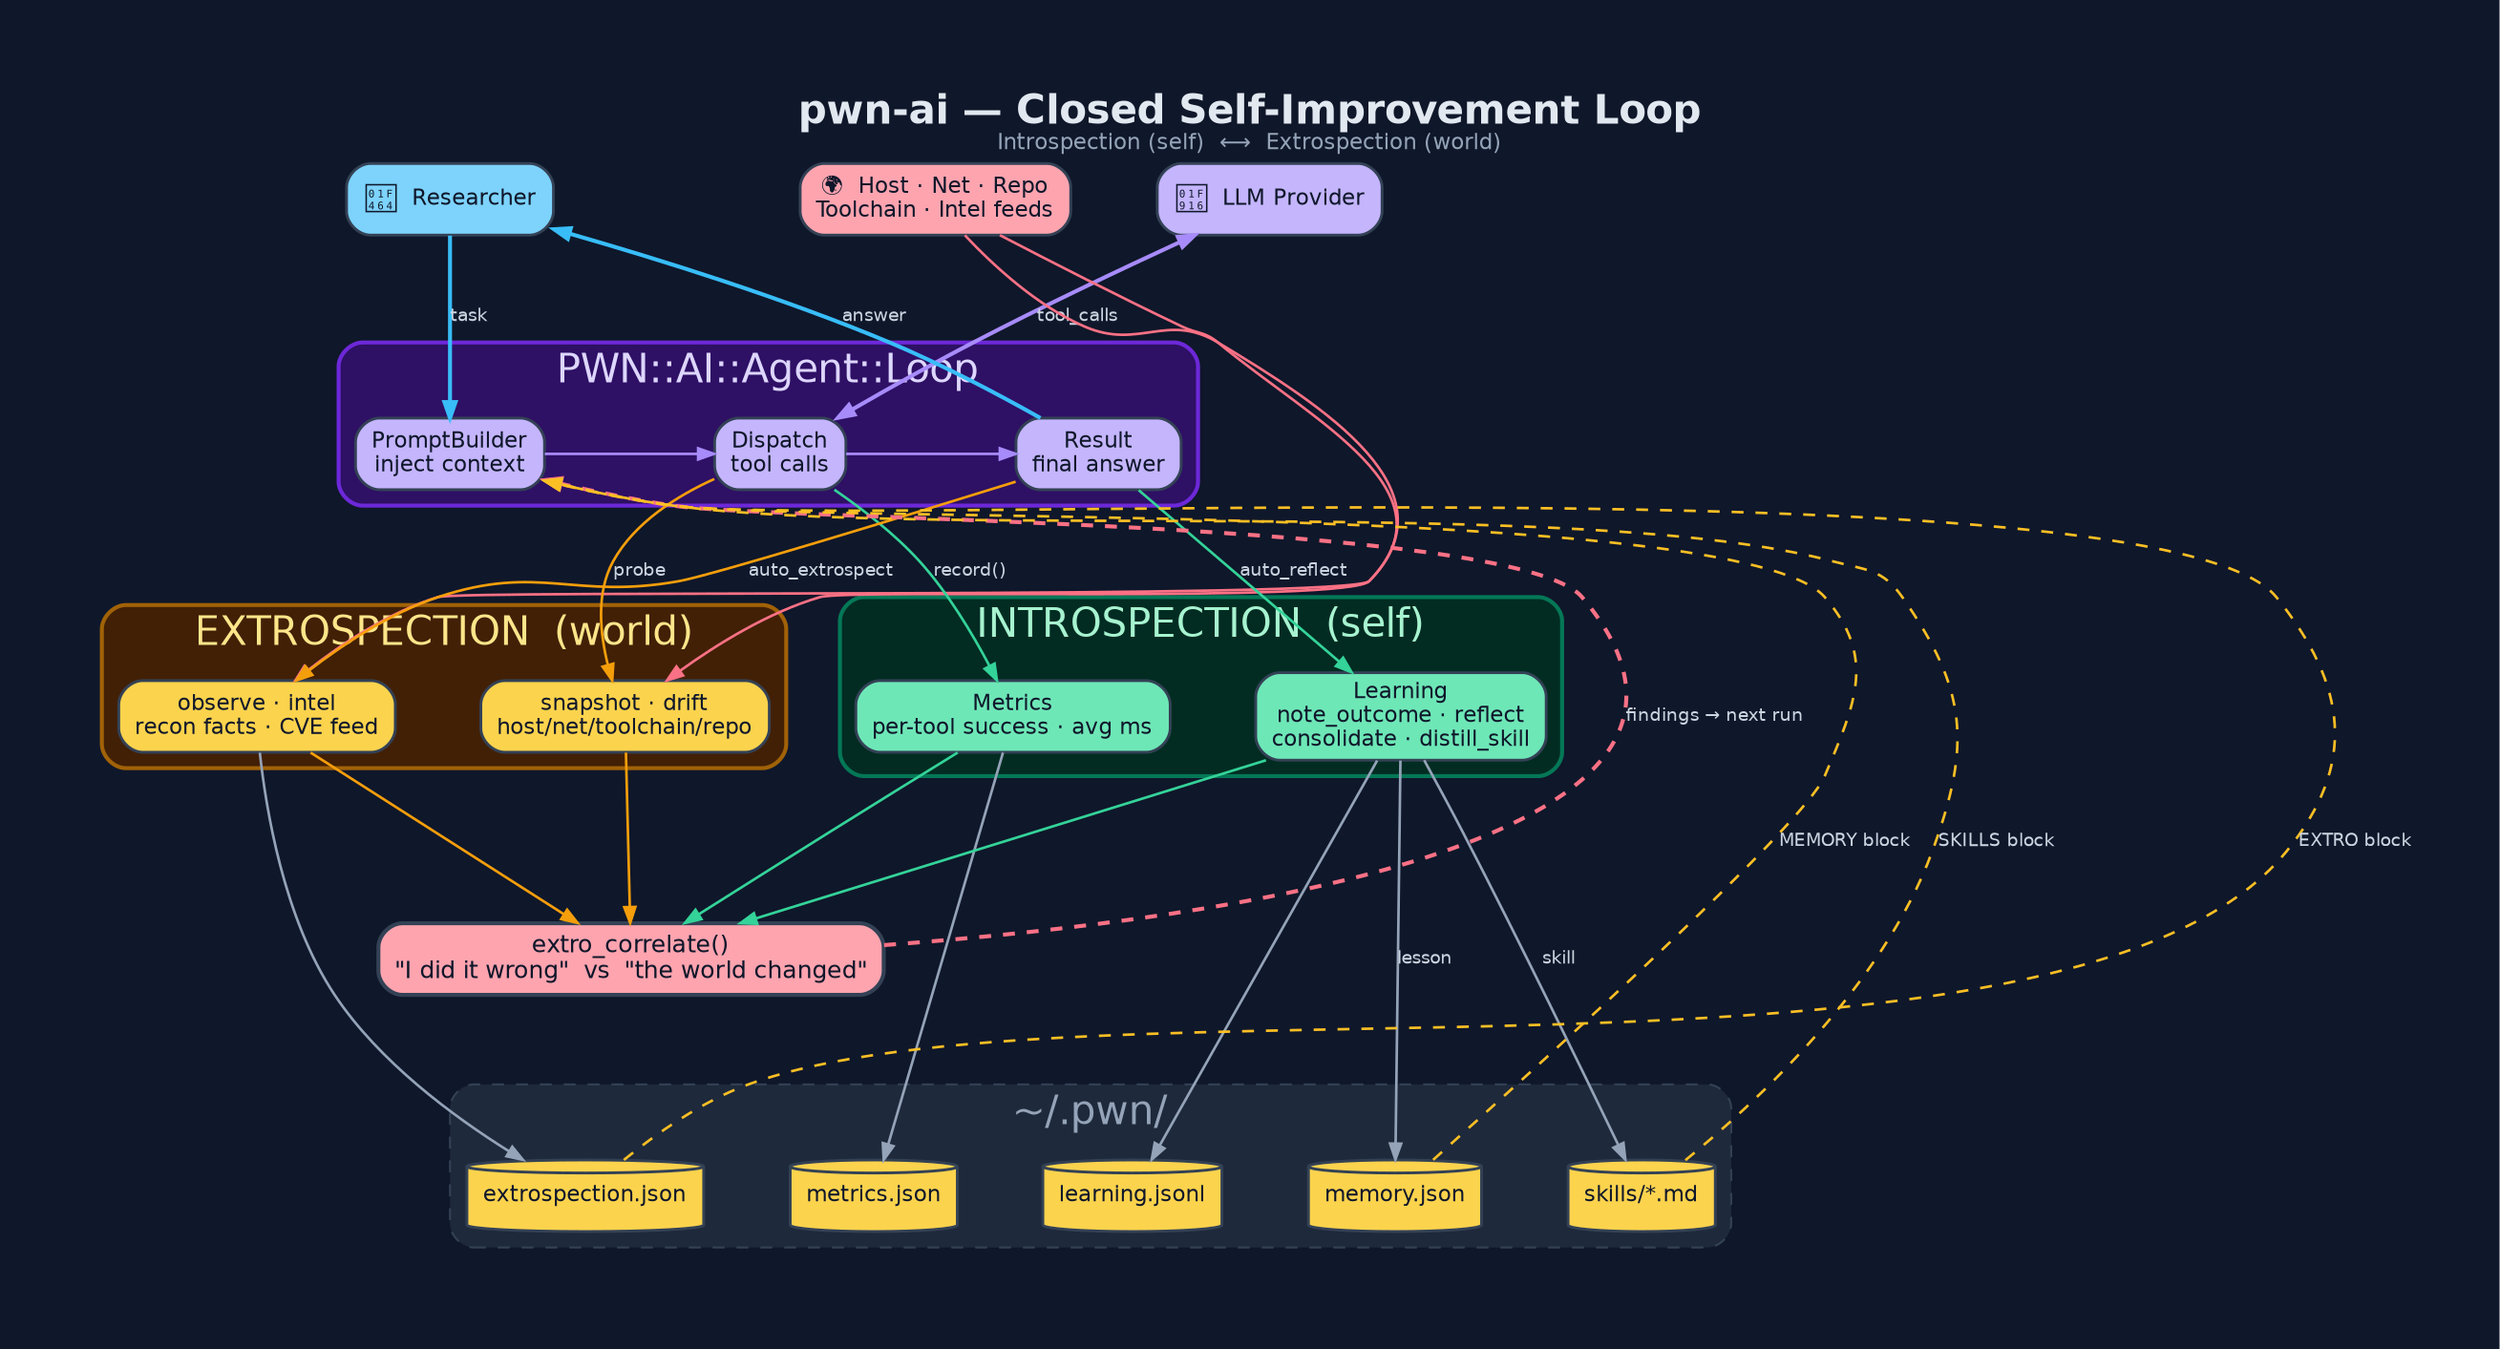
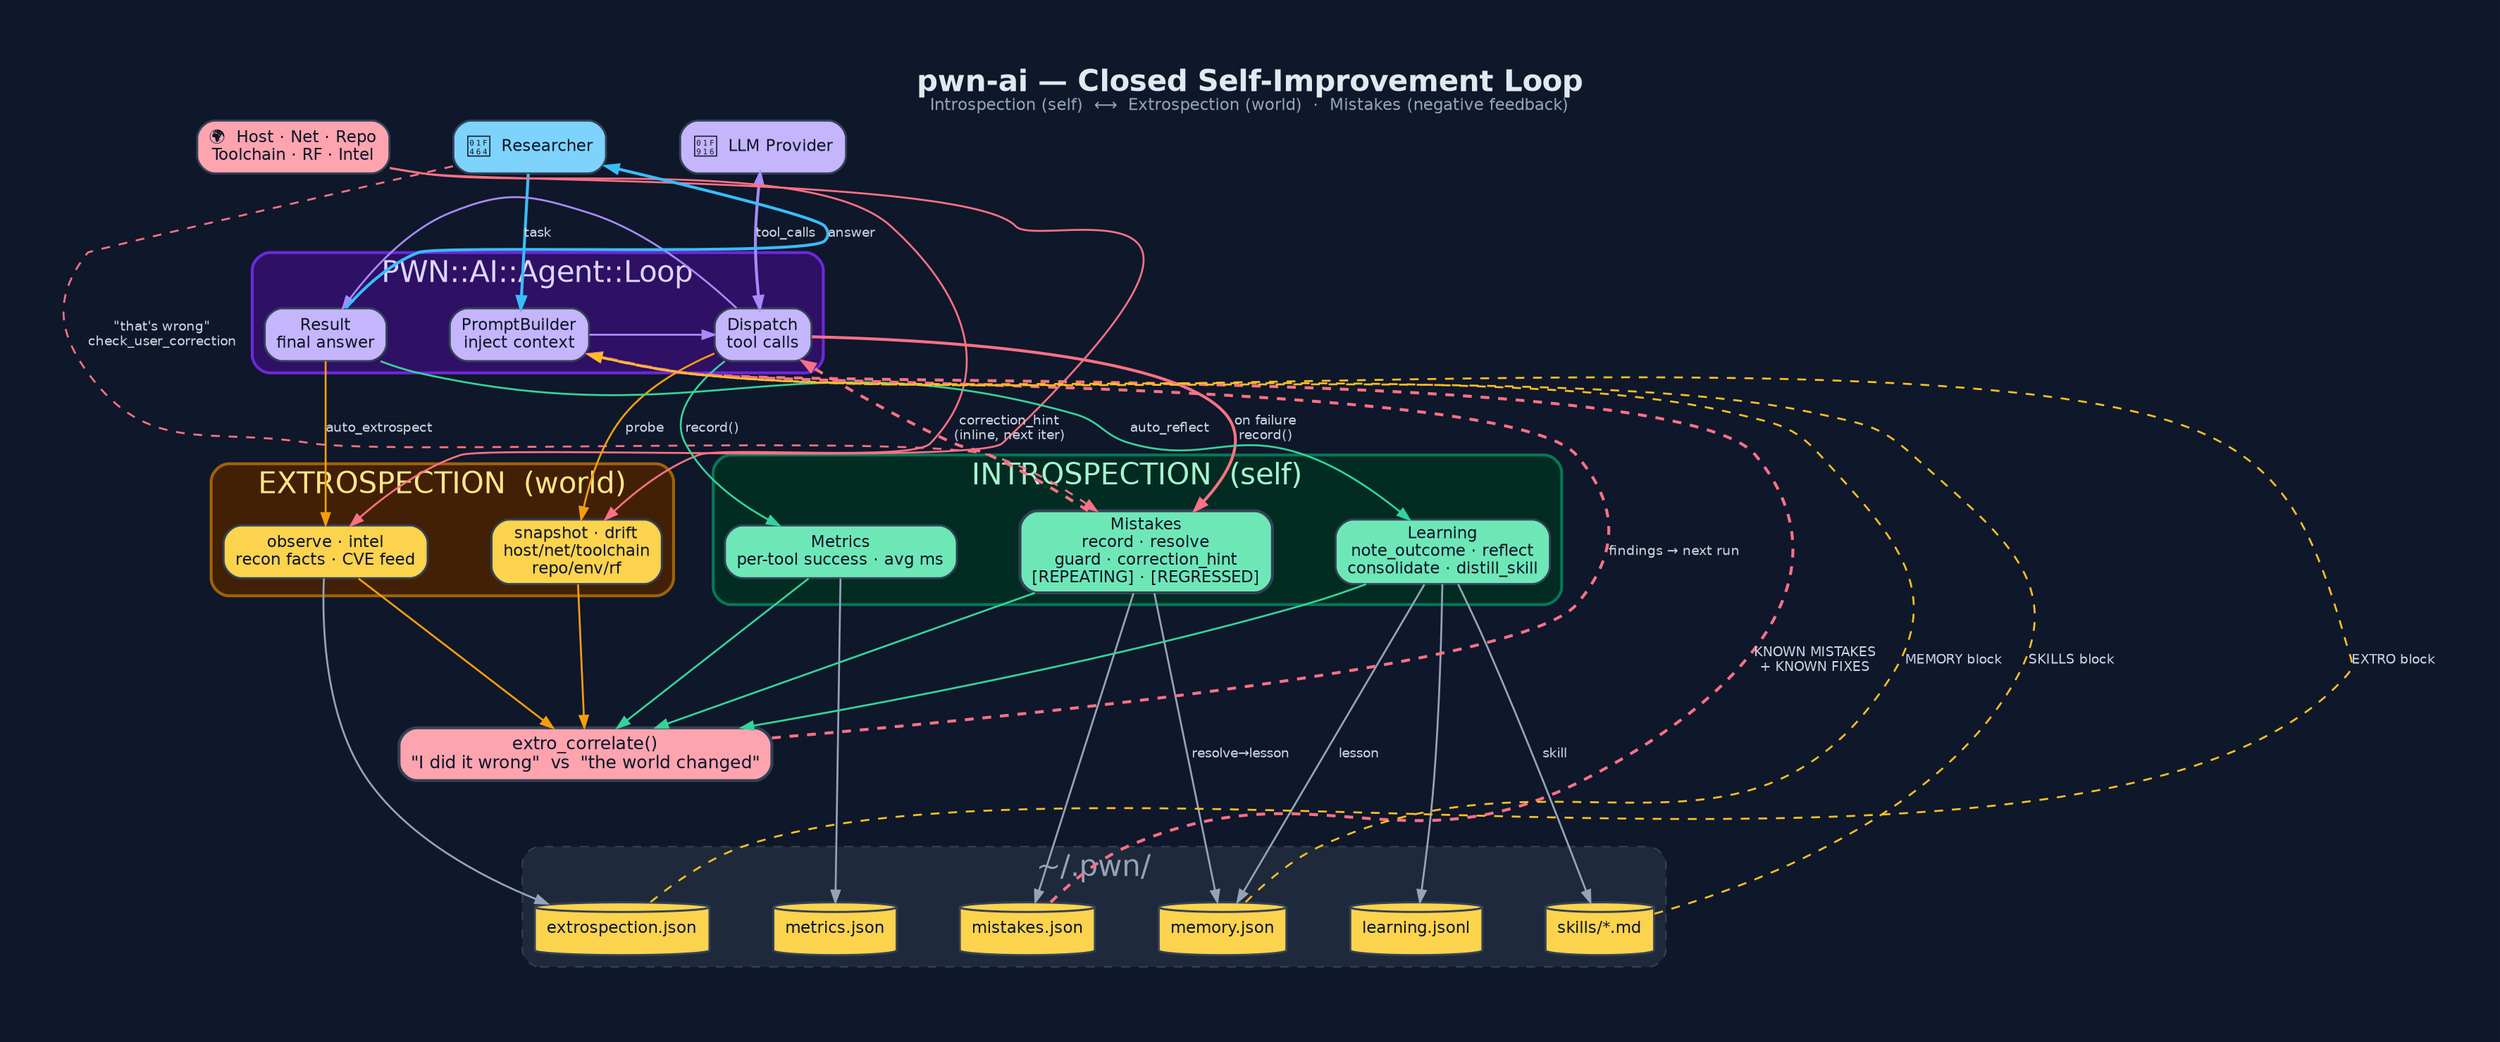
digraph "PWN_AI_Feedback_Learning_Loop" {
  graph [
-     label=<<B>pwn-ai — Closed Self-Improvement Loop</B><BR/><FONT POINT-SIZE="11" COLOR="#94a3b8">Introspection (self)  ⟷  Extrospection (world)</FONT>>,
+     label=<<B>pwn-ai — Closed Self-Improvement Loop</B><BR/><FONT POINT-SIZE="11" COLOR="#94a3b8">Introspection (self)  ⟷  Extrospection (world)  ·  Mistakes (negative feedback)</FONT>>,
    labelloc=t, fontsize=20, fontname="Helvetica",
    rankdir=TB, splines=spline, nodesep=0.6, ranksep=1.0,
    bgcolor="#0f172a", fontcolor="#e2e8f0", pad=0.6, newrank=true, compound=true
  ];
  node [fontname="Helvetica", fontsize=11, style="filled,rounded",
        shape=box, penwidth=1.4, color="#334155", fontcolor="#0f172a"];
  edge [fontname="Helvetica", fontsize=9, color="#94a3b8",
        fontcolor="#cbd5e1", penwidth=1.3, arrowsize=0.8];

  /* L0 ─ actors */
  User  [label="👤  Researcher", fillcolor="#7dd3fc"];
  LLM   [label="🤖  LLM Provider", fillcolor="#c4b5fd"];
-   World [label="🌍  Host · Net · Repo\nToolchain · Intel feeds", fillcolor="#fda4af"];
+   World [label="🌍  Host · Net · Repo\nToolchain · RF · Intel", fillcolor="#fda4af"];
  {rank=same; User; LLM; World}

  /* L1 ─ agent core */
  subgraph cluster_core {
    label="PWN::AI::Agent::Loop"; fontcolor="#ddd6fe";
    style=rounded; color="#6d28d9"; bgcolor="#2e1065"; penwidth=2;
    Prompt   [label="PromptBuilder\ninject context", fillcolor="#c4b5fd"];
    Dispatch [label="Dispatch\ntool calls",           fillcolor="#c4b5fd"];
    Result   [label="Result\nfinal answer",           fillcolor="#c4b5fd"];
  }
  {rank=same; Prompt; Dispatch; Result}

-   /* L2 ─ dual engines */
+   /* L2 ─ triple engines */
  subgraph cluster_intro {
    label="INTROSPECTION  (self)"; fontcolor="#a7f3d0";
    style=rounded; color="#047857"; bgcolor="#022c22"; penwidth=2;
    Metrics  [label="Metrics\nper-tool success · avg ms", fillcolor="#6ee7b7"];
    Learning [label="Learning\nnote_outcome · reflect\nconsolidate · distill_skill", fillcolor="#6ee7b7"];
+     Mistakes [label="Mistakes\nrecord · resolve\nguard · correction_hint\n[REPEATING] · [REGRESSED]", fillcolor="#6ee7b7", penwidth=2];
  }
  subgraph cluster_extro {
    label="EXTROSPECTION  (world)"; fontcolor="#fde68a";
    style=rounded; color="#a16207"; bgcolor="#422006"; penwidth=2;
-     Snapshot  [label="snapshot · drift\nhost/net/toolchain/repo", fillcolor="#fcd34d"];
-     Observe   [label="observe · intel\nrecon facts · CVE feed",   fillcolor="#fcd34d"];
+     Snapshot  [label="snapshot · drift\nhost/net/toolchain\nrepo/env/rf", fillcolor="#fcd34d"];
+     Observe   [label="observe · intel\nrecon facts · CVE feed",           fillcolor="#fcd34d"];
  }
-   {rank=same; Metrics; Learning; Snapshot; Observe}
+   {rank=same; Metrics; Learning; Mistakes; Snapshot; Observe}

  /* L3 ─ correlate */
  Correlate [label="extro_correlate()\n\"I did it wrong\"  vs  \"the world changed\"",
             fillcolor="#fda4af", penwidth=2, fontsize=12];

  /* L4 ─ persistence */
  subgraph cluster_store {
    label="~/.pwn/"; fontcolor="#94a3b8";
    style="rounded,dashed"; color="#334155"; bgcolor="#1e293b";
    Fmet [label="metrics.json",       shape=cylinder, fillcolor="#fcd34d"];
    Flrn [label="learning.jsonl",     shape=cylinder, fillcolor="#fcd34d"];
+     Fmis [label="mistakes.json",      shape=cylinder, fillcolor="#fcd34d"];
    Fmem [label="memory.json",        shape=cylinder, fillcolor="#fcd34d"];
    Fskl [label="skills/*.md",         shape=cylinder, fillcolor="#fcd34d"];
    Fext [label="extrospection.json", shape=cylinder, fillcolor="#fcd34d"];
  }
-   {rank=same; Fmet; Flrn; Fmem; Fskl; Fext}
+   {rank=same; Fmet; Flrn; Fmis; Fmem; Fskl; Fext}

  /* L0 → L1 */
  User -> Prompt   [label="task", color="#38bdf8", penwidth=2];
  LLM  -> Dispatch [label="tool_calls", dir=both, color="#a78bfa", penwidth=2];
  World-> Result   [style=invis];

  /* L1 internal */
  Prompt -> Dispatch [color="#a78bfa"];
  Dispatch -> Result [color="#a78bfa"];

  /* L1 → L2 */
  Dispatch -> Metrics  [label="record()", color="#34d399"];
  Result   -> Learning [label="auto_reflect", color="#34d399"];
+   Dispatch -> Mistakes [label="on failure\nrecord()", color="#fb7185", penwidth=2];
+   User     -> Mistakes [label="\"that's wrong\"\ncheck_user_correction", color="#fb7185",
+                         style=dashed, constraint=false];
  Dispatch -> Snapshot [label="probe", color="#f59e0b"];
  Result   -> Observe  [label="auto_extrospect", color="#f59e0b"];
  World    -> Snapshot [color="#fb7185", constraint=false];
  World    -> Observe  [color="#fb7185", constraint=false];

  /* L2 → L3 */
  Metrics  -> Correlate [color="#34d399"];
  Learning -> Correlate [color="#34d399"];
+   Mistakes -> Correlate [color="#34d399"];
  Snapshot -> Correlate [color="#f59e0b"];
  Observe  -> Correlate [color="#f59e0b"];

  /* L3 → L4 */
  Correlate -> Fmet [style=invis];
  Metrics   -> Fmet [color="#94a3b8"];
  Learning  -> Flrn [color="#94a3b8"];
+   Mistakes  -> Fmis [color="#94a3b8"];
+   Mistakes  -> Fmem [label="resolve→lesson", color="#94a3b8"];
  Learning  -> Fmem [label="lesson", color="#94a3b8"];
  Learning  -> Fskl [label="skill",  color="#94a3b8"];
  Observe   -> Fext [color="#94a3b8"];

  /* feedback (dashed, non-constraining) */
  Fmem -> Prompt [label="MEMORY block",  style=dashed, color="#fbbf24", constraint=false];
  Fskl -> Prompt [label="SKILLS block",  style=dashed, color="#fbbf24", constraint=false];
+   Fmis -> Prompt [label="KNOWN MISTAKES\n+ KNOWN FIXES", style=dashed, color="#fb7185",
+                   constraint=false, penwidth=2];
  Fext -> Prompt [label="EXTRO block",   style=dashed, color="#fbbf24", constraint=false];
+   Mistakes -> Dispatch [label="correction_hint\n(inline, next iter)", style=dashed,
+                         color="#fb7185", constraint=false, penwidth=2];
  Correlate -> Prompt [label="findings → next run", style=dashed, color="#fb7185",
                       constraint=false, penwidth=2];
  Result -> User [label="answer", color="#38bdf8", constraint=false, penwidth=2];
}
